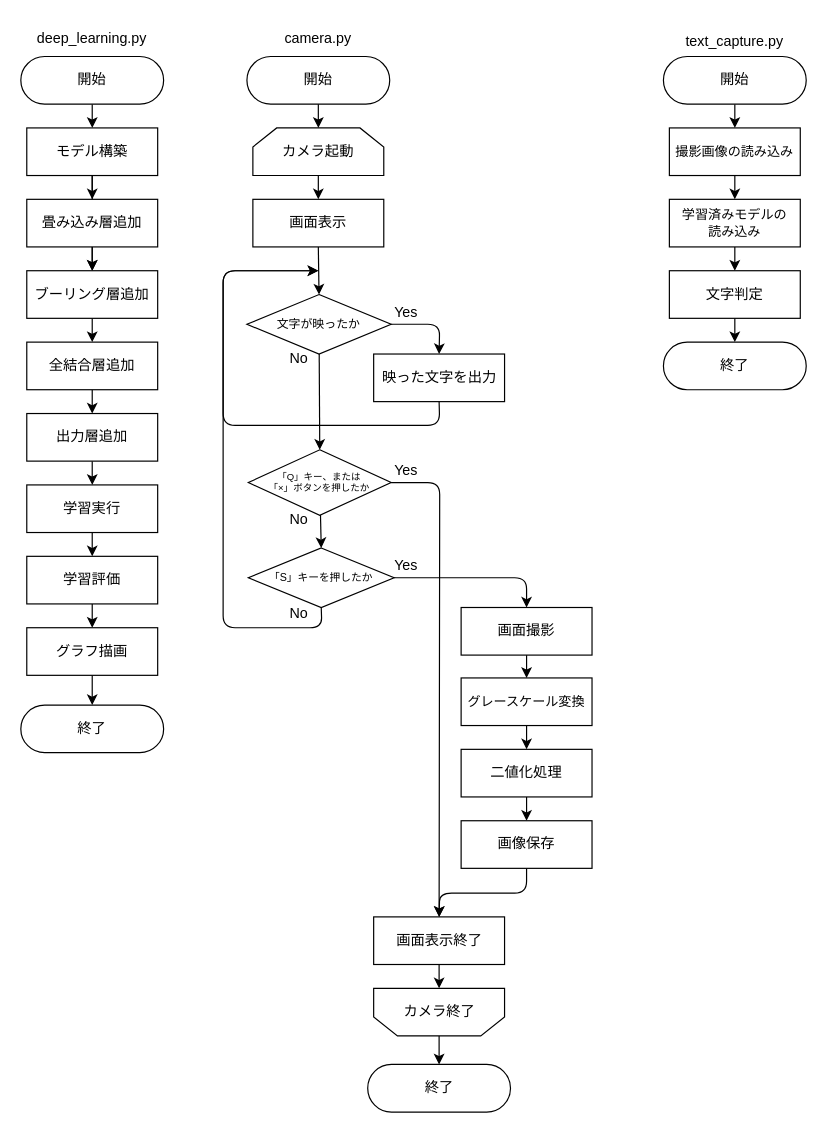
Above: page "機械学習" (1 of 2) of E-Learning (Python)/opencv/learning_machine/learning_machine.dio in Yuya7124/til (draw.io), before the change. Source tidied: cells renumbered, new cells numbered last; positions are measured from the earlier drawing's top-left corner, leaving out a move shared by most shapes. Both pictures are drawn from the tidied source at 119%, with x=0, y=0 at pixel (20, 20).
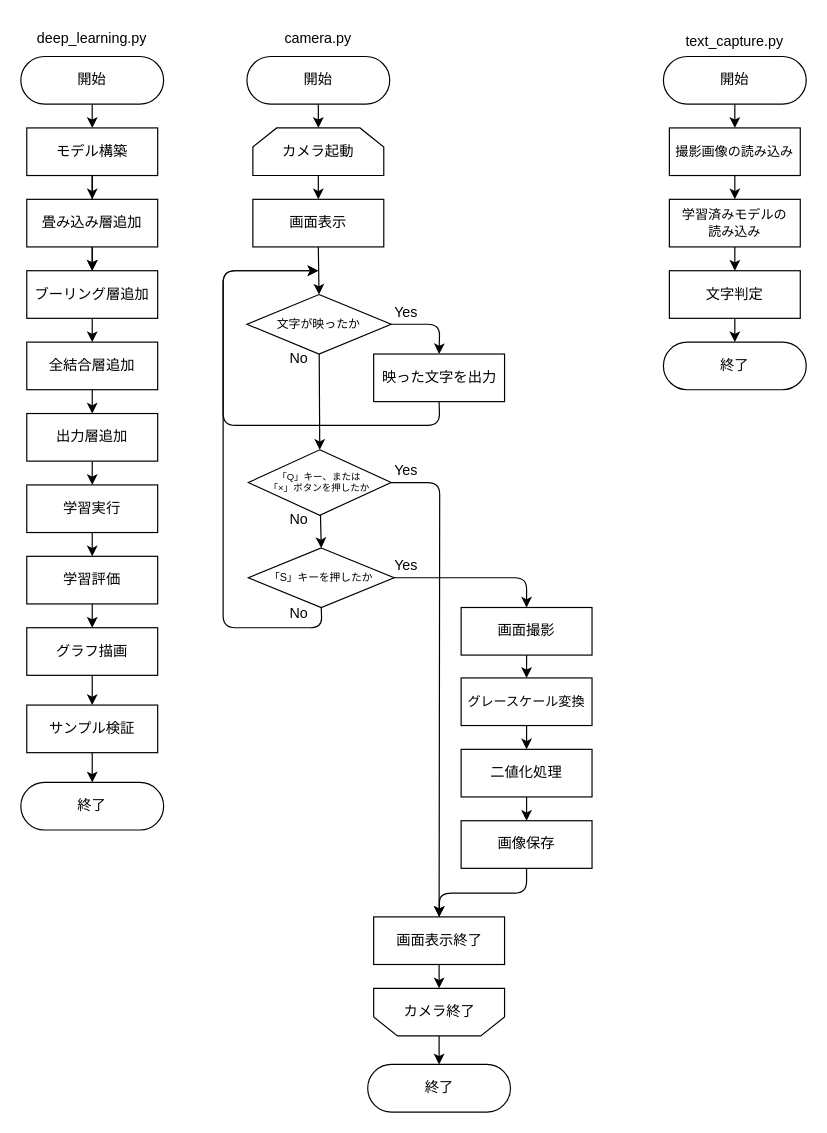
After the change.

The change refers to these unchanged cells:
```xml
<mxCell id="23" value="グラフ描画" style="rounded=0;whiteSpace=wrap;html=1;" parent="1" vertex="1">
  <mxGeometry x="5" y="510" width="110" height="40" as="geometry" />
</mxCell>
```

Diff of the diagram source:
```diff
@@
-    <mxCell id="22" style="edgeStyle=none;html=1;fontSize=11;" parent="1" edge="1" source="23" target="56">
-      <mxGeometry relative="1" as="geometry" />
-    </mxCell>
+    <mxCell id="72" style="edgeStyle=none;html=1;" parent="1" edge="1" source="23" target="74">
+      <mxGeometry relative="1" as="geometry" />
+    </mxCell>
@@
-    <mxCell id="56" value="終了" style="rounded=1;whiteSpace=wrap;html=1;arcSize=50;" parent="1" vertex="1">
-      <mxGeometry y="575" width="120" height="40" as="geometry" />
-    </mxCell>
@@
+    <mxCell id="73" style="edgeStyle=none;html=1;" parent="1" edge="1" source="74" target="56">
+      <mxGeometry relative="1" as="geometry" />
+    </mxCell>
+    <mxCell id="74" value="サンプル検証" style="rounded=0;whiteSpace=wrap;html=1;" parent="1" vertex="1">
+      <mxGeometry x="5" y="575" width="110" height="40" as="geometry" />
+    </mxCell>
+    <mxCell id="56" value="終了" style="rounded=1;whiteSpace=wrap;html=1;arcSize=50;" parent="1" vertex="1">
+      <mxGeometry y="640" width="120" height="40" as="geometry" />
+    </mxCell>
```
